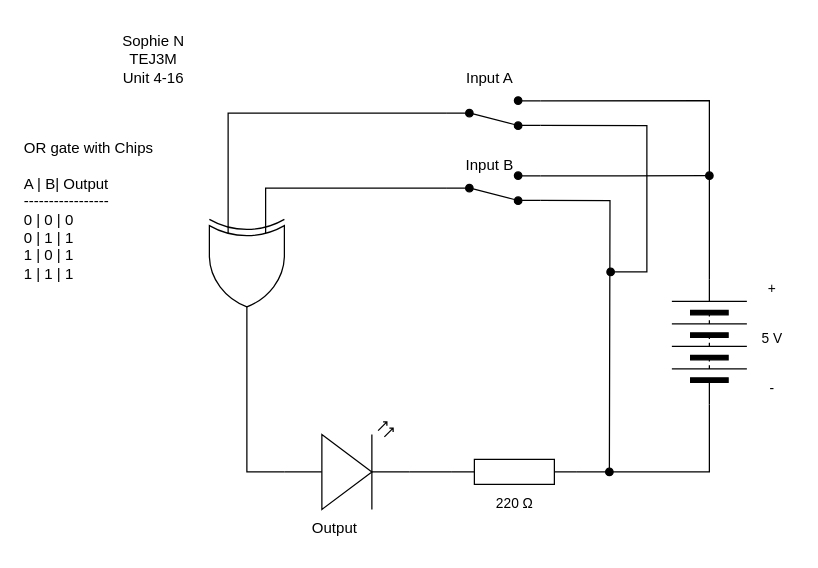
Before: unit4-16/4-16diagram.drawio in sophie-nguyen-0/TEJ3M-Unit4, a draw.io diagram. Source tidied: cells renumbered, new cells numbered last; positions are measured from the earlier drawing's top-left corner, leaving out a move shared by most shapes. Both pictures are drawn from the tidied source at 125%, with x=0, y=0 at pixel (21, 21).
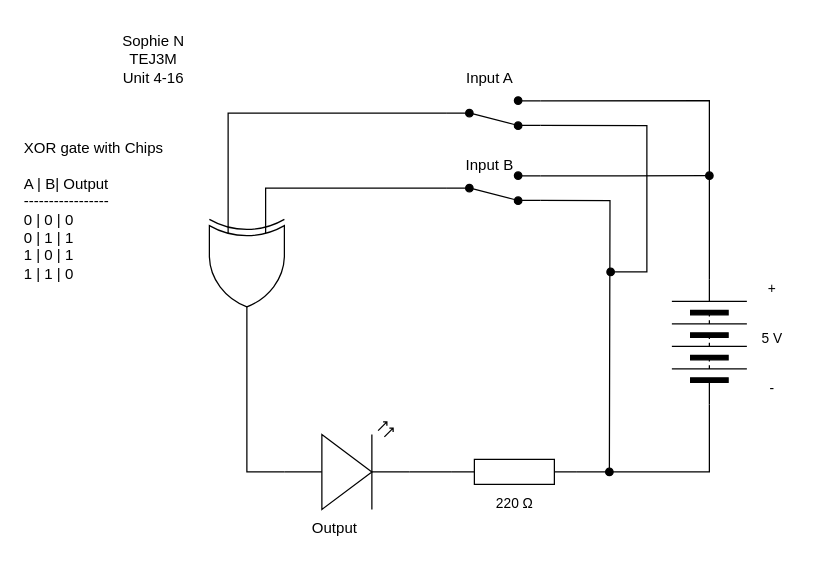
The same diagram, later.

Change to the diagram source:
```diff
@@
-    <mxCell id="17" value="OR gate with Chips&lt;div&gt;&lt;br&gt;&lt;/div&gt;&lt;div&gt;A | B| Output&lt;/div&gt;&lt;div&gt;-----------------&lt;/div&gt;&lt;div&gt;0 | 0 | 0&lt;/div&gt;&lt;div&gt;0 | 1 | 1&lt;/div&gt;&lt;div&gt;1 | 0 | 1&lt;/div&gt;&lt;div&gt;1 | 1 | 1&lt;/div&gt;" style="text;html=1;align=left;verticalAlign=middle;strokeColor=none;fillColor=none;" parent="1" vertex="1">
-      <mxGeometry y="86" width="130" height="130" as="geometry" />
+    <mxCell id="17" value="XOR gate with Chips&lt;div&gt;&lt;br&gt;&lt;/div&gt;&lt;div&gt;A | B| Output&lt;/div&gt;&lt;div&gt;-----------------&lt;/div&gt;&lt;div&gt;0 | 0 | 0&lt;/div&gt;&lt;div&gt;0 | 1 | 1&lt;/div&gt;&lt;div&gt;1 | 0 | 1&lt;/div&gt;&lt;div&gt;1 | 1 | 0&lt;/div&gt;" style="text;html=1;align=left;verticalAlign=middle;strokeColor=none;fillColor=none;" parent="1" vertex="1">
+      <mxGeometry y="86" width="140" height="130" as="geometry" />
     </mxCell>
```
